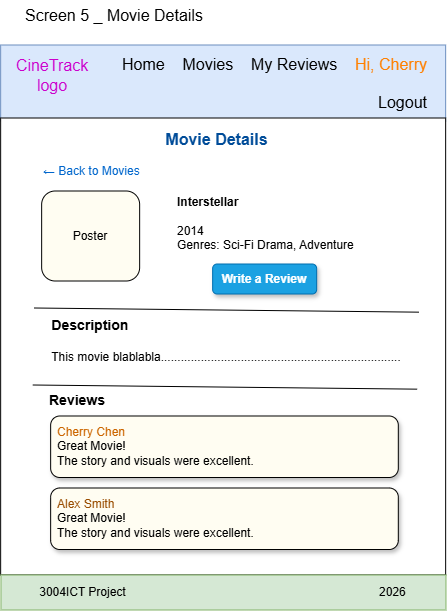
The draw.io diagram public/images/movie-details.png in cherry4049/3004ICT-movie-watchlist, before a commit. Source tidied: cells renumbered, new cells last; positions are measured from the earlier drawing's top-left corner, leaving out a move shared by most shapes.
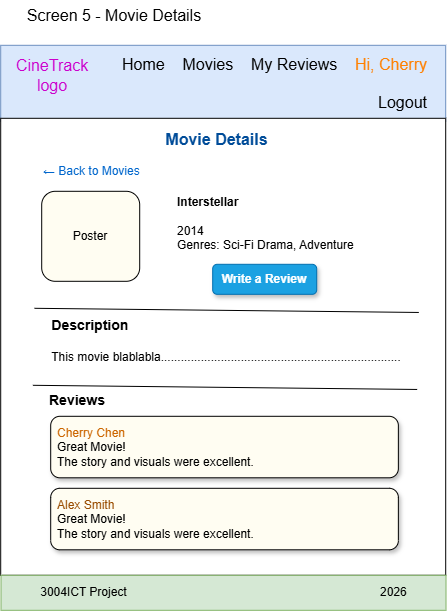
After the commit.

Change to the diagram source:
```diff
@@ -17,7 +17,7 @@
     <mxCell id="6" value="&lt;b&gt;&lt;font style=&quot;font-size: 16px; color: rgb(0, 76, 153);&quot;&gt;Movie Details&lt;/font&gt;&lt;/b&gt;" style="text;html=1;whiteSpace=wrap;strokeColor=none;fillColor=none;align=center;verticalAlign=middle;rounded=0;" parent="1" vertex="1">
       <mxGeometry x="46" y="124" width="341" height="30" as="geometry" />
     </mxCell>
-    <mxCell id="7" value="Screen 5 _ Movie Details" style="text;html=1;whiteSpace=wrap;strokeColor=none;fillColor=none;align=center;verticalAlign=middle;rounded=0;fontSize=16;" parent="1" vertex="1">
+    <mxCell id="7" value="Screen 5 - Movie Details" style="text;html=1;whiteSpace=wrap;strokeColor=none;fillColor=none;align=center;verticalAlign=middle;rounded=0;fontSize=16;" parent="1" vertex="1">
       <mxGeometry x="16" width="196" height="30" as="geometry" />
     </mxCell>
     <mxCell id="8" value="Poster" style="rounded=1;whiteSpace=wrap;html=1;align=center;fillColor=#FFFDF2;" parent="1" vertex="1">
```
